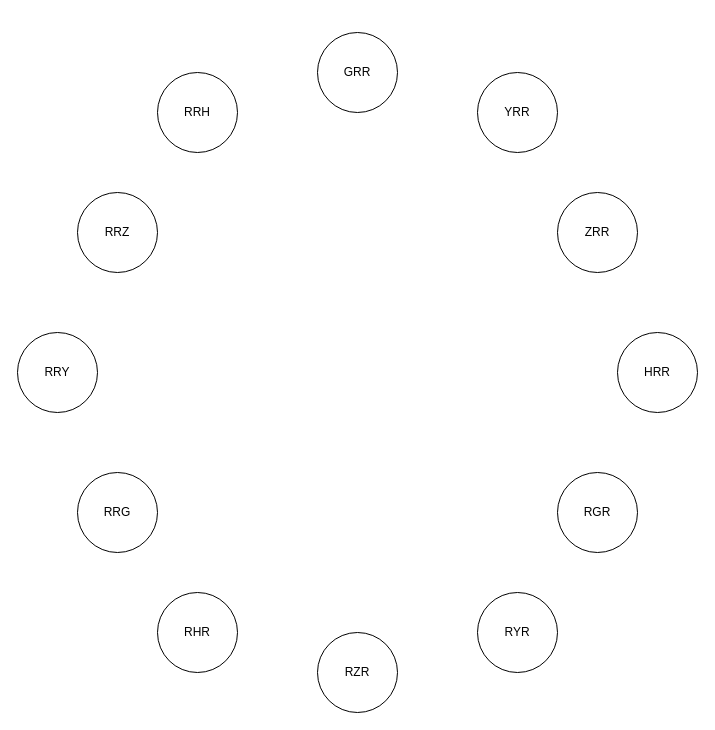
Earlier version of the draw.io diagram part-1/FSM_diagram.drawio (PierreBeurCoursework/cse140l-lab-3). Source tidied: cells renumbered, new cells numbered last; positions are measured from the earlier drawing's top-left corner, leaving out a move shared by most shapes. Both pictures are drawn from the tidied source at 100%, with x=0, y=0 at pixel (17, 32).
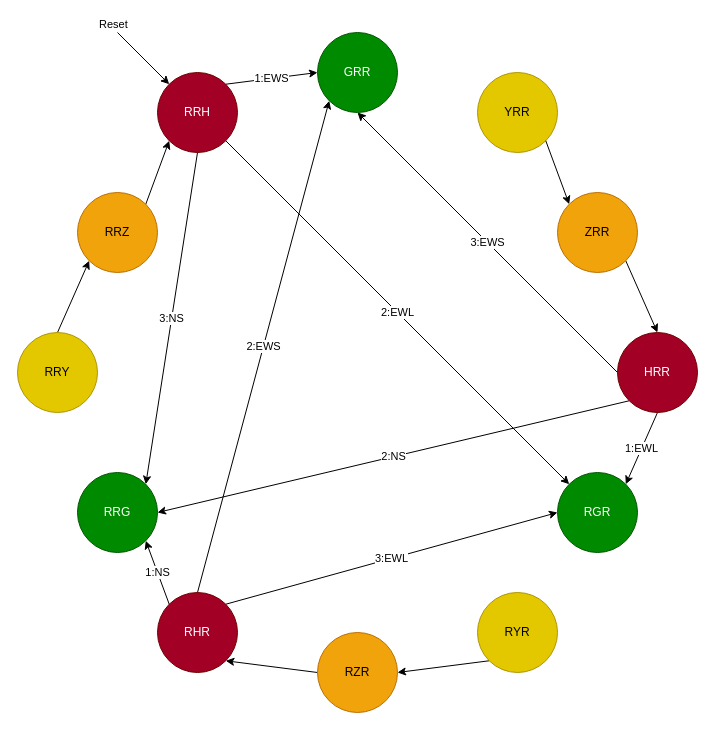
The same diagram, later.

Commit message:
Update FSM_diagram

The edit, as a diff of the source:
```diff
@@
+    <mxCell id="14" value="1:EWS" style="edgeStyle=none;rounded=0;jettySize=auto;html=1;exitX=1;exitY=0;exitDx=0;exitDy=0;entryX=0;entryY=0.5;entryDx=0;entryDy=0;strokeColor=default;" parent="1" edge="1" source="2" target="13">
+      <mxGeometry relative="1" as="geometry" />
+    </mxCell>
+    <mxCell id="15" value="3:NS" style="edgeStyle=none;rounded=0;jettySize=auto;html=1;exitX=0.5;exitY=1;exitDx=0;exitDy=0;entryX=1;entryY=0;entryDx=0;entryDy=0;strokeColor=default;" parent="1" edge="1" source="2" target="5">
+      <mxGeometry relative="1" as="geometry" />
+    </mxCell>
+    <mxCell id="16" value="2:EWL" style="edgeStyle=none;rounded=0;jettySize=auto;html=1;exitX=1;exitY=1;exitDx=0;exitDy=0;entryX=0;entryY=0;entryDx=0;entryDy=0;strokeColor=default;" parent="1" edge="1" source="2" target="12">
+      <mxGeometry relative="1" as="geometry" />
+    </mxCell>
-    <mxCell id="2" value="RRH" style="ellipse;whiteSpace=wrap;html=1;" parent="1" vertex="1">
+    <mxCell id="2" value="RRH" style="ellipse;whiteSpace=wrap;html=1;fillColor=#a20025;fontColor=#ffffff;strokeColor=#6F0000;" parent="1" vertex="1">
       <mxGeometry x="140" y="40" width="80" height="80" as="geometry" />
     </mxCell>
+    <mxCell id="17" style="edgeStyle=none;rounded=0;jettySize=auto;html=1;exitX=1;exitY=0;exitDx=0;exitDy=0;entryX=0;entryY=1;entryDx=0;entryDy=0;strokeColor=default;" parent="1" edge="1" source="3" target="2">
+      <mxGeometry relative="1" as="geometry" />
+    </mxCell>
-    <mxCell id="3" value="RRZ" style="ellipse;whiteSpace=wrap;html=1;" parent="1" vertex="1">
+    <mxCell id="3" value="RRZ" style="ellipse;whiteSpace=wrap;html=1;fillColor=#f0a30a;fontColor=#000000;strokeColor=#BD7000;" parent="1" vertex="1">
       <mxGeometry x="60" y="160" width="80" height="80" as="geometry" />
     </mxCell>
+    <mxCell id="18" style="edgeStyle=none;rounded=0;jettySize=auto;html=1;exitX=0.5;exitY=0;exitDx=0;exitDy=0;entryX=0;entryY=1;entryDx=0;entryDy=0;strokeColor=default;" parent="1" edge="1" source="4" target="3">
+      <mxGeometry relative="1" as="geometry" />
+    </mxCell>
-    <mxCell id="4" value="RRY" style="ellipse;whiteSpace=wrap;html=1;" parent="1" vertex="1">
+    <mxCell id="4" value="RRY" style="ellipse;whiteSpace=wrap;html=1;fillColor=#e3c800;fontColor=#000000;strokeColor=#B09500;" parent="1" vertex="1">
       <mxGeometry y="300" width="80" height="80" as="geometry" />
     </mxCell>
-    <mxCell id="5" value="RRG" style="ellipse;whiteSpace=wrap;html=1;" parent="1" vertex="1">
+    <mxCell id="5" value="RRG" style="ellipse;whiteSpace=wrap;html=1;fillColor=#008a00;fontColor=#ffffff;strokeColor=#005700;" parent="1" vertex="1">
       <mxGeometry x="60" y="440" width="80" height="80" as="geometry" />
     </mxCell>
+    <mxCell id="19" value="1:NS" style="edgeStyle=none;rounded=0;jettySize=auto;html=1;exitX=0;exitY=0;exitDx=0;exitDy=0;entryX=1;entryY=1;entryDx=0;entryDy=0;strokeColor=default;" parent="1" edge="1" source="6" target="5">
+      <mxGeometry relative="1" as="geometry" />
+    </mxCell>
+    <mxCell id="20" value="2:EWS" style="edgeStyle=none;rounded=0;jettySize=auto;html=1;exitX=0.5;exitY=0;exitDx=0;exitDy=0;entryX=0;entryY=1;entryDx=0;entryDy=0;strokeColor=default;" parent="1" edge="1" source="6" target="13">
+      <mxGeometry relative="1" as="geometry" />
+    </mxCell>
+    <mxCell id="21" value="3:EWL" style="edgeStyle=none;rounded=0;jettySize=auto;html=1;exitX=1;exitY=0;exitDx=0;exitDy=0;entryX=0;entryY=0.5;entryDx=0;entryDy=0;strokeColor=default;" parent="1" edge="1" source="6" target="12">
+      <mxGeometry relative="1" as="geometry" />
+    </mxCell>
-    <mxCell id="6" value="RHR" style="ellipse;whiteSpace=wrap;html=1;" parent="1" vertex="1">
+    <mxCell id="6" value="RHR" style="ellipse;whiteSpace=wrap;html=1;fillColor=#a20025;fontColor=#ffffff;strokeColor=#6F0000;" parent="1" vertex="1">
       <mxGeometry x="140" y="560" width="80" height="80" as="geometry" />
     </mxCell>
+    <mxCell id="22" style="edgeStyle=none;rounded=0;jettySize=auto;html=1;exitX=0;exitY=0.5;exitDx=0;exitDy=0;entryX=1;entryY=1;entryDx=0;entryDy=0;strokeColor=default;" parent="1" edge="1" source="7" target="6">
+      <mxGeometry relative="1" as="geometry" />
+    </mxCell>
-    <mxCell id="7" value="RZR" style="ellipse;whiteSpace=wrap;html=1;" parent="1" vertex="1">
+    <mxCell id="7" value="RZR" style="ellipse;whiteSpace=wrap;html=1;fillColor=#f0a30a;fontColor=#000000;strokeColor=#BD7000;" parent="1" vertex="1">
       <mxGeometry x="300" y="600" width="80" height="80" as="geometry" />
     </mxCell>
+    <mxCell id="23" style="edgeStyle=none;rounded=0;jettySize=auto;html=1;exitX=0;exitY=1;exitDx=0;exitDy=0;entryX=1;entryY=0.5;entryDx=0;entryDy=0;strokeColor=default;" parent="1" edge="1" source="8" target="7">
+      <mxGeometry relative="1" as="geometry" />
+    </mxCell>
-    <mxCell id="8" value="RYR" style="ellipse;whiteSpace=wrap;html=1;" parent="1" vertex="1">
+    <mxCell id="8" value="RYR" style="ellipse;whiteSpace=wrap;html=1;fillColor=#e3c800;fontColor=#000000;strokeColor=#B09500;" parent="1" vertex="1">
       <mxGeometry x="460" y="560" width="80" height="80" as="geometry" />
     </mxCell>
+    <mxCell id="24" value="1:EWL" style="edgeStyle=none;rounded=0;jettySize=auto;html=1;exitX=0.5;exitY=1;exitDx=0;exitDy=0;entryX=1;entryY=0;entryDx=0;entryDy=0;strokeColor=default;" parent="1" edge="1" source="9" target="12">
+      <mxGeometry relative="1" as="geometry" />
+    </mxCell>
+    <mxCell id="25" value="2:NS" style="edgeStyle=none;rounded=0;jettySize=auto;html=1;exitX=0;exitY=1;exitDx=0;exitDy=0;entryX=1;entryY=0.5;entryDx=0;entryDy=0;strokeColor=default;" parent="1" edge="1" source="9" target="5">
+      <mxGeometry relative="1" as="geometry" />
+    </mxCell>
+    <mxCell id="26" value="3:EWS" style="edgeStyle=none;rounded=0;jettySize=auto;html=1;exitX=0;exitY=0.5;exitDx=0;exitDy=0;entryX=0.5;entryY=1;entryDx=0;entryDy=0;strokeColor=default;" parent="1" edge="1" source="9" target="13">
+      <mxGeometry relative="1" as="geometry" />
+    </mxCell>
-    <mxCell id="9" value="HRR" style="ellipse;whiteSpace=wrap;html=1;" parent="1" vertex="1">
+    <mxCell id="9" value="HRR" style="ellipse;whiteSpace=wrap;html=1;fillColor=#a20025;fontColor=#ffffff;strokeColor=#6F0000;" parent="1" vertex="1">
       <mxGeometry x="600" y="300" width="80" height="80" as="geometry" />
     </mxCell>
+    <mxCell id="27" style="rounded=0;jettySize=auto;html=1;exitX=1;exitY=1;exitDx=0;exitDy=0;strokeColor=default;entryX=0.5;entryY=0;entryDx=0;entryDy=0;" parent="1" edge="1" source="10" target="9">
+      <mxGeometry relative="1" as="geometry" />
+    </mxCell>
-    <mxCell id="10" value="ZRR" style="ellipse;whiteSpace=wrap;html=1;" parent="1" vertex="1">
+    <mxCell id="10" value="ZRR" style="ellipse;whiteSpace=wrap;html=1;fillColor=#f0a30a;fontColor=#000000;strokeColor=#BD7000;" parent="1" vertex="1">
       <mxGeometry x="540" y="160" width="80" height="80" as="geometry" />
     </mxCell>
-    <mxCell id="11" value="YRR" style="ellipse;whiteSpace=wrap;html=1;" parent="1" vertex="1">
+    <mxCell id="11" value="YRR" style="ellipse;whiteSpace=wrap;html=1;fillColor=#e3c800;fontColor=#000000;strokeColor=#B09500;" parent="1" vertex="1">
       <mxGeometry x="460" y="40" width="80" height="80" as="geometry" />
     </mxCell>
-    <mxCell id="12" value="RGR" style="ellipse;whiteSpace=wrap;html=1;" parent="1" vertex="1">
+    <mxCell id="12" value="RGR" style="ellipse;whiteSpace=wrap;html=1;fillColor=#008a00;fontColor=#ffffff;strokeColor=#005700;" parent="1" vertex="1">
       <mxGeometry x="540" y="440" width="80" height="80" as="geometry" />
     </mxCell>
-    <mxCell id="13" value="GRR" style="ellipse;whiteSpace=wrap;html=1;" parent="1" vertex="1">
+    <mxCell id="13" value="GRR" style="ellipse;whiteSpace=wrap;html=1;fillColor=#008a00;fontColor=#ffffff;strokeColor=#005700;" parent="1" vertex="1">
       <mxGeometry x="300" width="80" height="80" as="geometry" />
     </mxCell>
+    <mxCell id="28" style="endArrow=classic;html=1;rounded=0;entryX=0;entryY=0;entryDx=0;entryDy=0;exitX=1;exitY=1;exitDx=0;exitDy=0;" parent="1" edge="1" source="11" target="10">
+      <mxGeometry relative="1" as="geometry" />
+    </mxCell>
+    <mxCell id="29" style="endArrow=classic;html=1;rounded=0;strokeColor=default;entryX=0;entryY=0;entryDx=0;entryDy=0;" parent="1" edge="1" target="2">
+      <mxGeometry relative="1" as="geometry">
+        <mxPoint x="100" as="sourcePoint" />
+      </mxGeometry>
+    </mxCell>
+    <mxCell id="30" value="Reset" style="edgeLabel;html=1;align=left;verticalAlign=bottom;" parent="29" vertex="1">
+      <mxGeometry x="-1" relative="1" as="geometry">
+        <mxPoint x="-20" as="offset" />
+      </mxGeometry>
+    </mxCell>
```
